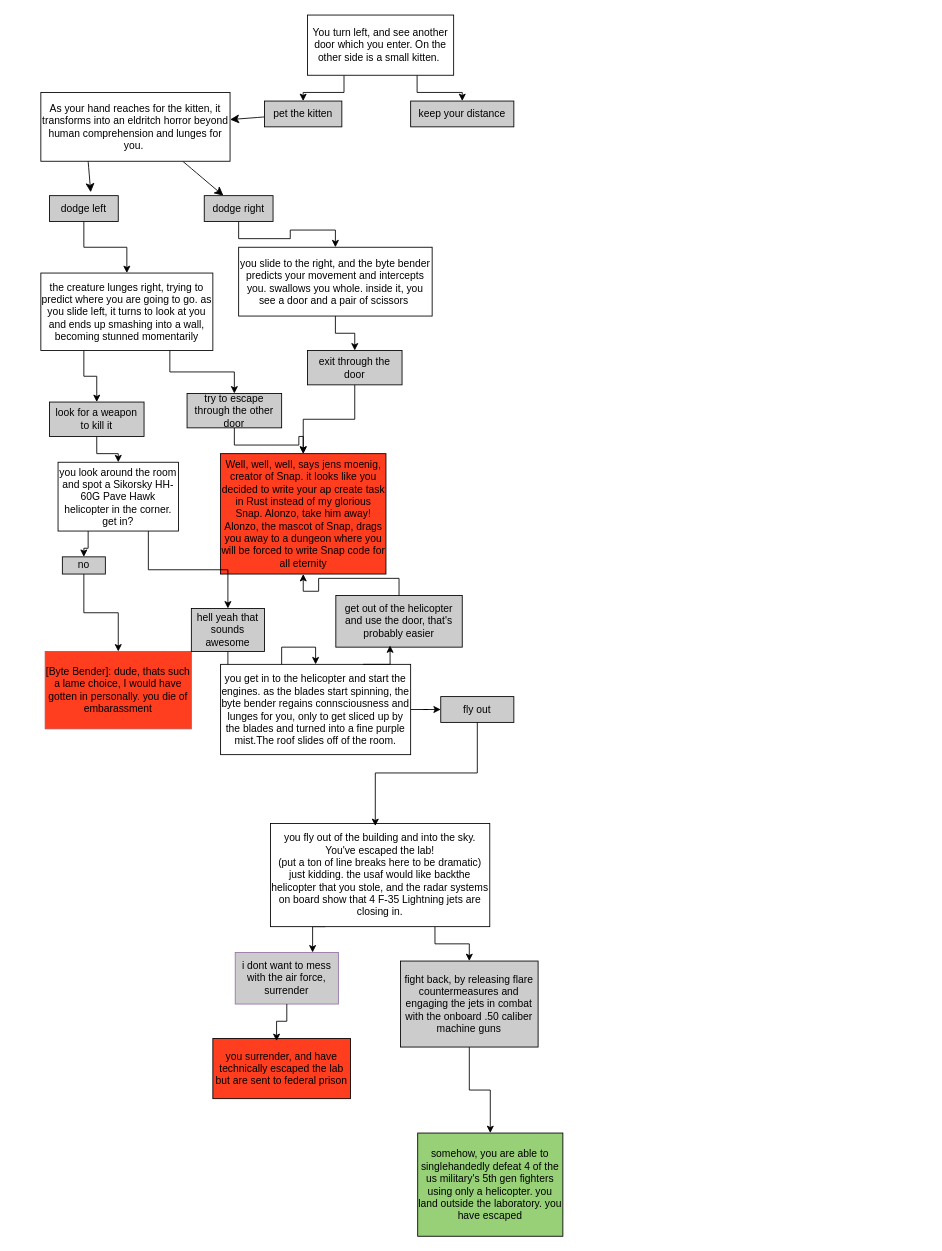
The draw.io diagram page "byte bender" (3 of 3) of cyoa/diagram.drawio in bean-frog/text-adventure, before the edit. Source tidied: cells renumbered, new cells numbered last; positions are measured from the earlier drawing's top-left corner, leaving out a move shared by most shapes. Both pictures are drawn from the tidied source at 86%, with x=0, y=0 at pixel (40, 15).
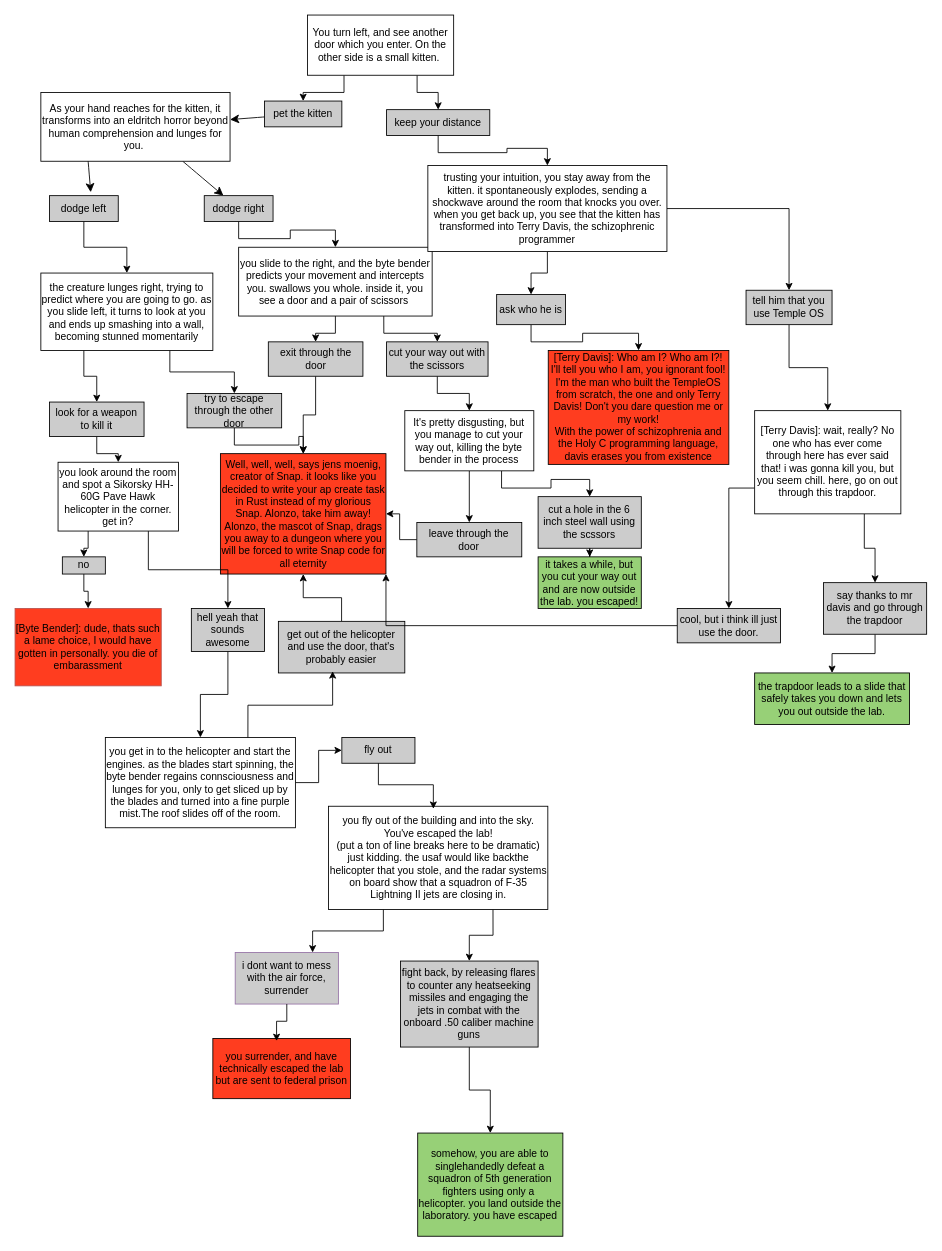
The same page after the edit.

Unchanged cells that the change refers to:
```xml
<mxCell id="22" value="Well, well, well, says jens moenig, creator of Snap. it looks like you decided to write your ap create task in Rust instead of my glorious Snap. Alonzo, take him away! Alonzo, the mascot of Snap, drags you away to a dungeon where you will be forced to write Snap code for all eternity" style="rounded=0;whiteSpace=wrap;html=1;fillColor=#FF3D1F;" parent="1" vertex="1">
  <mxGeometry x="208.8" y="510" width="192.5" height="140" as="geometry" />
</mxCell>
<mxCell id="42" value="you slide to the right, and the byte bender predicts your movement and intercepts you. swallows you whole. inside it, you see a door and a pair of scissors&amp;nbsp;" style="rounded=0;whiteSpace=wrap;html=1;" parent="1" vertex="1">
  <mxGeometry x="230" y="270" width="225" height="80" as="geometry" />
</mxCell>
```

Change to the diagram source:
```diff
@@
+    <mxCell id="51" style="edgeStyle=orthogonalEdgeStyle;rounded=0;jettySize=auto;html=1;" parent="1" edge="1" source="7" target="55">
+      <mxGeometry relative="1" as="geometry" />
+    </mxCell>
     <mxCell id="7" value="keep your distance" style="rounded=0;whiteSpace=wrap;html=1;fillColor=#CCCCCC;" parent="1" vertex="1">
-      <mxGeometry x="430" y="100" width="120" height="30" as="geometry" />
+      <mxGeometry x="402" y="110" width="120" height="30" as="geometry" />
     </mxCell>
@@
     <mxCell id="28" value="[Byte Bender]: dude, thats such a lame choice, I would have gotten in personally. you die of embarassment" style="rounded=0;whiteSpace=wrap;html=1;fillColor=#FF3D1F;strokeColor=#b85450;" parent="1" vertex="1">
-      <mxGeometry x="5" y="740" width="170" height="90" as="geometry" />
+      <mxGeometry x="-30" y="690" width="170" height="90" as="geometry" />
     </mxCell>
@@
     <mxCell id="32" value="you get in to the helicopter and start the engines. as the blades start spinning, the byte bender regains connsciousness and lunges for you, only to get sliced up by the blades and turned into a fine purple mist.The roof slides off of the room." style="rounded=0;whiteSpace=wrap;html=1;" parent="1" vertex="1">
-      <mxGeometry x="209" y="755" width="221" height="105" as="geometry" />
+      <mxGeometry x="75" y="840" width="221" height="105" as="geometry" />
     </mxCell>
     <mxCell id="33" value="fly out" style="rounded=0;whiteSpace=wrap;html=1;fillColor=#CCCCCC;" parent="1" vertex="1">
-      <mxGeometry x="465" y="792.5" width="85" height="30" as="geometry" />
+      <mxGeometry x="350" y="840" width="85" height="30" as="geometry" />
     </mxCell>
@@
     <mxCell id="35" value="get out of the helicopter and use the door, that's probably easier" style="rounded=0;whiteSpace=wrap;html=1;fillColor=#CCCCCC;" parent="1" vertex="1">
-      <mxGeometry x="343" y="675" width="147" height="60" as="geometry" />
+      <mxGeometry x="276.2" y="705" width="147" height="60" as="geometry" />
     </mxCell>
@@
-    <mxCell id="39" value="you fly out of the building and into the sky. You've escaped the lab!&lt;br&gt;(put a ton of line breaks here to be dramatic)&lt;div&gt;just kidding. the usaf would like backthe helicopter that you stole, and the radar systems on board show that 4 F-35 Lightning jets are closing in.&lt;/div&gt;" style="rounded=0;whiteSpace=wrap;html=1;" parent="1" vertex="1">
-      <mxGeometry x="267" y="940" width="255" height="120" as="geometry" />
+    <mxCell id="39" value="you fly out of the building and into the sky. You've escaped the lab!&lt;br&gt;(put a ton of line breaks here to be dramatic)&lt;div&gt;just kidding. the usaf would like backthe helicopter that you stole, and the radar systems on board show that a squadron of F-35 Lightning II jets are closing in.&lt;/div&gt;" style="rounded=0;whiteSpace=wrap;html=1;" parent="1" vertex="1">
+      <mxGeometry x="334.5" y="920" width="255" height="120" as="geometry" />
     </mxCell>
@@
+    <mxCell id="52" style="edgeStyle=orthogonalEdgeStyle;rounded=0;jettySize=auto;html=1;exitX=0.75;exitY=1;exitDx=0;exitDy=0;entryX=0.5;entryY=0;entryDx=0;entryDy=0;" parent="1" edge="1" source="42" target="65">
+      <mxGeometry relative="1" as="geometry" />
+    </mxCell>
@@
     <mxCell id="44" value="exit through the door" style="rounded=0;whiteSpace=wrap;html=1;fillColor=#CCCCCC;" parent="1" vertex="1">
-      <mxGeometry x="310" y="390" width="110" height="40" as="geometry" />
+      <mxGeometry x="264.5" y="380" width="110" height="40" as="geometry" />
     </mxCell>
@@
-    <mxCell id="49" value="fight back, by releasing flare countermeasures and engaging the jets in combat with the onboard .50 caliber machine guns" style="rounded=0;whiteSpace=wrap;html=1;fillColor=#CCCCCC;" parent="1" vertex="1">
+    <mxCell id="49" value="fight back, by releasing flares to counter any heatseeking missiles and engaging the jets in combat with the onboard .50 caliber machine guns" style="rounded=0;whiteSpace=wrap;html=1;fillColor=#CCCCCC;" parent="1" vertex="1">
       <mxGeometry x="418.2" y="1100" width="160" height="100" as="geometry" />
     </mxCell>
-    <mxCell id="50" value="somehow, you are able to singlehandedly defeat 4 of the us military's 5th gen fighters using only a helicopter. you land outside the laboratory. you have escaped" style="whiteSpace=wrap;html=1;fillColor=#97D077;rounded=0;" parent="1" vertex="1">
+    <mxCell id="50" value="somehow, you are able to singlehandedly defeat a squadron of 5th generation fighters using only a&amp;nbsp; helicopter. you land outside the laboratory. you have escaped" style="whiteSpace=wrap;html=1;fillColor=#97D077;rounded=0;" parent="1" vertex="1">
       <mxGeometry x="438.2" y="1300" width="168.8" height="120" as="geometry" />
     </mxCell>
+    <mxCell id="53" style="edgeStyle=orthogonalEdgeStyle;rounded=0;jettySize=auto;html=1;" parent="1" edge="1" source="55" target="57">
+      <mxGeometry relative="1" as="geometry" />
+    </mxCell>
+    <mxCell id="54" style="edgeStyle=orthogonalEdgeStyle;rounded=0;jettySize=auto;html=1;" parent="1" edge="1" source="55" target="59">
+      <mxGeometry relative="1" as="geometry" />
+    </mxCell>
+    <mxCell id="55" value="trusting your intuition, you stay away from the kitten. it spontaneously explodes, sending a shockwave around the room that knocks you over. when you get back up, you see that the kitten has transformed into Terry Davis, the schizophrenic programmer" style="whiteSpace=wrap;html=1;rounded=0;" parent="1" vertex="1">
+      <mxGeometry x="450" y="175" width="278" height="100" as="geometry" />
+    </mxCell>
+    <mxCell id="56" style="edgeStyle=orthogonalEdgeStyle;rounded=0;jettySize=auto;html=1;" parent="1" edge="1" source="57" target="60">
+      <mxGeometry relative="1" as="geometry" />
+    </mxCell>
+    <mxCell id="57" value="ask who he is" style="whiteSpace=wrap;html=1;rounded=0;fillColor=#CCCCCC;" parent="1" vertex="1">
+      <mxGeometry x="530" y="325" width="80" height="35" as="geometry" />
+    </mxCell>
+    <mxCell id="58" style="edgeStyle=orthogonalEdgeStyle;rounded=0;jettySize=auto;html=1;" parent="1" edge="1" source="59" target="63">
+      <mxGeometry relative="1" as="geometry" />
+    </mxCell>
+    <mxCell id="59" value="tell him that you use Temple OS" style="whiteSpace=wrap;html=1;rounded=0;fillColor=#CCCCCC;" parent="1" vertex="1">
+      <mxGeometry x="820" y="320" width="100" height="40" as="geometry" />
+    </mxCell>
+    <mxCell id="60" value="[Terry Davis]: Who am I? Who am I?! I'll tell you who I am, you ignorant fool! I'm the man who built the TempleOS from scratch, the one and only Terry Davis! Don't you dare question me or my work!&lt;div&gt;With the power of schizophrenia and the Holy C programming language, davis erases you from existence&lt;/div&gt;" style="whiteSpace=wrap;html=1;rounded=0;fillColor=#FF3D1F;" parent="1" vertex="1">
+      <mxGeometry x="590" y="390" width="210" height="132.5" as="geometry" />
+    </mxCell>
+    <mxCell id="61" style="edgeStyle=orthogonalEdgeStyle;rounded=0;jettySize=auto;html=1;exitX=0;exitY=0.75;exitDx=0;exitDy=0;entryX=0.5;entryY=0;entryDx=0;entryDy=0;" parent="1" edge="1" source="63" target="75">
+      <mxGeometry relative="1" as="geometry" />
+    </mxCell>
+    <mxCell id="62" style="edgeStyle=orthogonalEdgeStyle;rounded=0;jettySize=auto;html=1;exitX=0.75;exitY=1;exitDx=0;exitDy=0;entryX=0.5;entryY=0;entryDx=0;entryDy=0;" parent="1" edge="1" source="63" target="78">
+      <mxGeometry relative="1" as="geometry" />
+    </mxCell>
+    <mxCell id="63" value="[Terry Davis]: wait, really? No one who has ever come through here has ever said that! i was gonna kill you, but you seem chill. here, go on out through this trapdoor." style="whiteSpace=wrap;html=1;rounded=0;" parent="1" vertex="1">
+      <mxGeometry x="830" y="460" width="170" height="120" as="geometry" />
+    </mxCell>
+    <mxCell id="64" style="edgeStyle=orthogonalEdgeStyle;rounded=0;jettySize=auto;html=1;" parent="1" edge="1" source="65" target="68">
+      <mxGeometry relative="1" as="geometry" />
+    </mxCell>
+    <mxCell id="65" value="cut your way out with the scissors" style="rounded=0;whiteSpace=wrap;html=1;fillColor=#CCCCCC;" parent="1" vertex="1">
+      <mxGeometry x="402" y="380" width="118" height="40" as="geometry" />
+    </mxCell>
+    <mxCell id="66" style="edgeStyle=orthogonalEdgeStyle;rounded=0;jettySize=auto;html=1;" parent="1" edge="1" source="68" target="70">
+      <mxGeometry relative="1" as="geometry" />
+    </mxCell>
+    <mxCell id="67" style="edgeStyle=orthogonalEdgeStyle;rounded=0;jettySize=auto;html=1;exitX=0.75;exitY=1;exitDx=0;exitDy=0;entryX=0.5;entryY=0;entryDx=0;entryDy=0;" parent="1" edge="1" source="68" target="72">
+      <mxGeometry relative="1" as="geometry" />
+    </mxCell>
+    <mxCell id="68" value="It's pretty disgusting, but you manage to cut your way out, killing the byte bender in the process" style="rounded=0;whiteSpace=wrap;html=1;" parent="1" vertex="1">
+      <mxGeometry x="423.2" y="460" width="150" height="70" as="geometry" />
+    </mxCell>
+    <mxCell id="69" style="edgeStyle=orthogonalEdgeStyle;rounded=0;jettySize=auto;html=1;" parent="1" edge="1" source="70" target="22">
+      <mxGeometry relative="1" as="geometry" />
+    </mxCell>
+    <mxCell id="70" value="leave through the door" style="rounded=0;whiteSpace=wrap;html=1;fillColor=#CCCCCC;" parent="1" vertex="1">
+      <mxGeometry x="437.2" y="590" width="122" height="40" as="geometry" />
+    </mxCell>
+    <mxCell id="71" style="edgeStyle=orthogonalEdgeStyle;rounded=0;jettySize=auto;html=1;" parent="1" edge="1" source="72" target="73">
+      <mxGeometry relative="1" as="geometry" />
+    </mxCell>
+    <mxCell id="72" value="cut a hole in the 6 inch steel wall using the scssors" style="rounded=0;whiteSpace=wrap;html=1;fillColor=#CCCCCC;" parent="1" vertex="1">
+      <mxGeometry x="578.2" y="560" width="120" height="60" as="geometry" />
+    </mxCell>
+    <mxCell id="73" value="it takes a while, but you cut your way out and are now outside the lab. you escaped!" style="rounded=0;whiteSpace=wrap;html=1;fillColor=#97D077;" parent="1" vertex="1">
+      <mxGeometry x="578.2" y="630" width="120" height="60" as="geometry" />
+    </mxCell>
+    <mxCell id="74" style="edgeStyle=orthogonalEdgeStyle;rounded=0;jettySize=auto;html=1;entryX=1;entryY=1;entryDx=0;entryDy=0;" parent="1" edge="1" source="75" target="22">
+      <mxGeometry relative="1" as="geometry" />
+    </mxCell>
+    <mxCell id="75" value="cool, but i think ill just use the door." style="rounded=0;whiteSpace=wrap;html=1;fillColor=#CCCCCC;" parent="1" vertex="1">
+      <mxGeometry x="740" y="690" width="120" height="40" as="geometry" />
+    </mxCell>
+    <mxCell id="76" style="edgeStyle=orthogonalEdgeStyle;rounded=0;orthogonalLoop=1;jettySize=auto;html=1;exitX=0.5;exitY=1;exitDx=0;exitDy=0;" parent="1" edge="1" source="33" target="33">
+      <mxGeometry relative="1" as="geometry" />
+    </mxCell>
+    <mxCell id="77" style="edgeStyle=orthogonalEdgeStyle;rounded=0;jettySize=auto;html=1;exitX=0.5;exitY=1;exitDx=0;exitDy=0;entryX=0.5;entryY=0;entryDx=0;entryDy=0;" parent="1" edge="1" source="78" target="79">
+      <mxGeometry relative="1" as="geometry" />
+    </mxCell>
+    <mxCell id="78" value="say thanks to mr davis and go through the trapdoor" style="rounded=0;whiteSpace=wrap;html=1;fillColor=#CCCCCC;" parent="1" vertex="1">
+      <mxGeometry x="910" y="660" width="120" height="60" as="geometry" />
+    </mxCell>
+    <mxCell id="79" value="the trapdoor leads to a slide that safely takes you down and lets you out outside the lab." style="rounded=0;whiteSpace=wrap;html=1;fillColor=#97D077;" parent="1" vertex="1">
+      <mxGeometry x="830" y="765" width="180" height="60" as="geometry" />
+    </mxCell>
```
